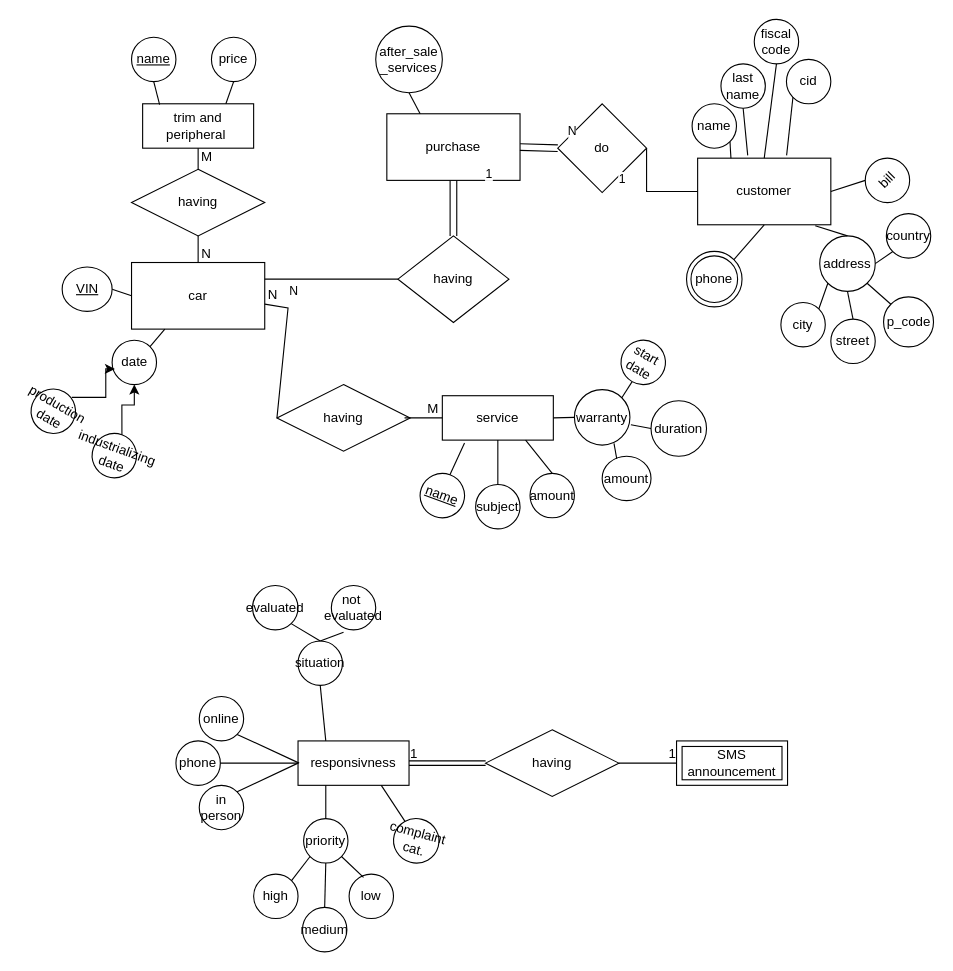
This is car_manufactoring_conceptual.drawio from mohsenshahii/database, a draw.io file, before an edit. Source tidied: cells renumbered, new cells numbered last; positions are measured from the earlier drawing's top-left corner, leaving out a move shared by most shapes. Both pictures are drawn from the tidied source at 111%, with x=0, y=0 at pixel (30, 19).
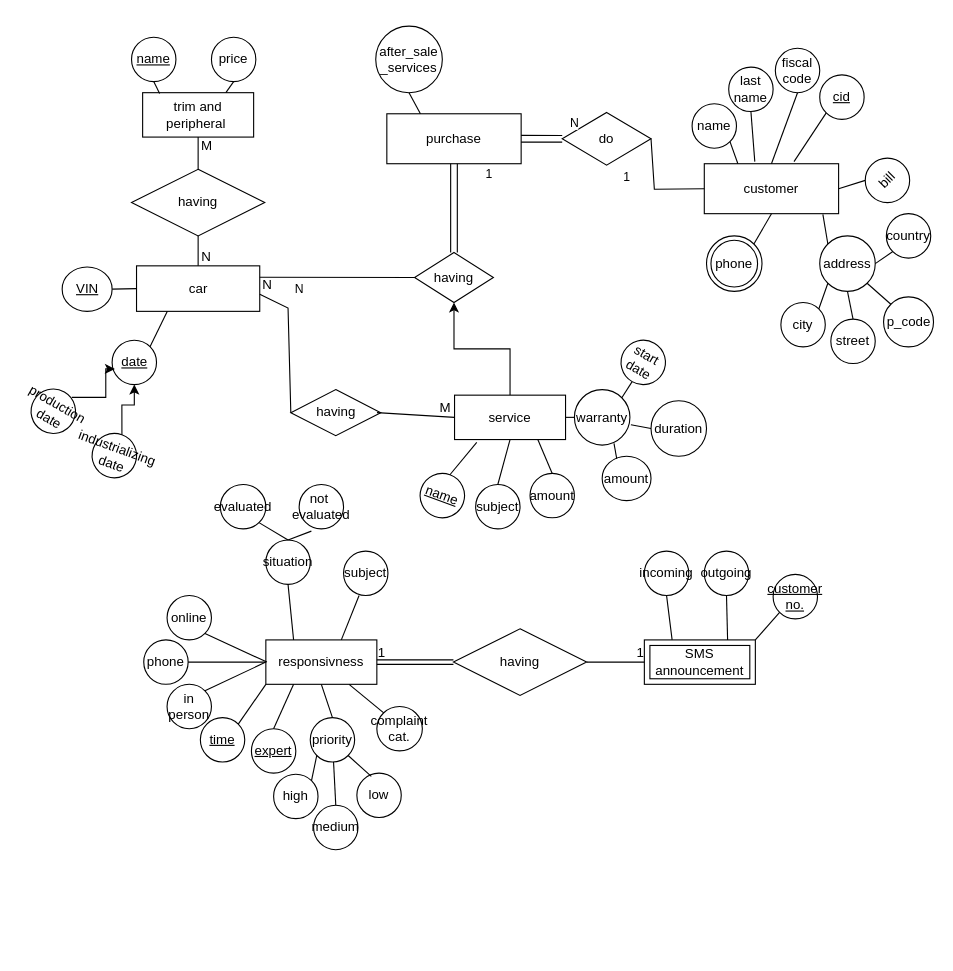
The same page after the edit.

The change refers to these unchanged cells:
```xml
<mxCell id="8" value="address" style="ellipse;whiteSpace=wrap;html=1;" parent="1" vertex="1">
  <mxGeometry x="711" y="195" width="50" height="50" as="geometry" />
</mxCell>
```

Change to the diagram source:
```diff
@@
     <mxCell id="2" value="customer" style="rounded=0.5;whiteSpace=wrap;html=1;" parent="1" vertex="1">
-      <mxGeometry x="601" y="125" width="120" height="60" as="geometry" />
+      <mxGeometry x="607" y="130" width="121" height="45" as="geometry" />
     </mxCell>
@@
     <mxCell id="4" value="last name" style="ellipse;whiteSpace=wrap;html=1;" parent="1" vertex="1">
-      <mxGeometry x="622" y="40" width="40" height="40" as="geometry" />
+      <mxGeometry x="629" y="43" width="40" height="40" as="geometry" />
     </mxCell>
     <mxCell id="5" value="fiscal code" style="ellipse;whiteSpace=wrap;html=1;" parent="1" vertex="1">
-      <mxGeometry x="652" width="40" height="40" as="geometry" />
+      <mxGeometry x="671" y="26" width="40" height="40" as="geometry" />
     </mxCell>
-    <mxCell id="6" value="cid" style="ellipse;whiteSpace=wrap;html=1;" parent="1" vertex="1">
-      <mxGeometry x="681" y="36" width="40" height="40" as="geometry" />
+    <mxCell id="6" value="cid" style="ellipse;whiteSpace=wrap;html=1;fontStyle=4;" parent="1" vertex="1">
+      <mxGeometry x="711" y="50" width="40" height="40" as="geometry" />
     </mxCell>
     <mxCell id="7" value="phone" style="ellipse;shape=doubleEllipse;whiteSpace=wrap;html=1;" parent="1" vertex="1">
-      <mxGeometry x="591" y="209" width="50" height="50" as="geometry" />
+      <mxGeometry x="609" y="195" width="50" height="50" as="geometry" />
     </mxCell>
@@
-    <mxCell id="20" style="endArrow=none;html=1;rounded=0;entryX=0.883;entryY=1.014;entryDx=0;entryDy=0;exitX=0.5;exitY=0;exitDx=0;exitDy=0;entryPerimeter=0;" parent="1" edge="1" source="8" target="2">
+    <mxCell id="20" style="endArrow=none;html=1;rounded=0;entryX=0.883;entryY=1.014;entryDx=0;entryDy=0;exitX=0;exitY=0;exitDx=0;exitDy=0;entryPerimeter=0;" parent="1" edge="1" source="8" target="2">
       <mxGeometry relative="1" as="geometry" />
     </mxCell>
@@
     <mxCell id="25" value="purchase" style="rounded=0;whiteSpace=wrap;html=1;" parent="1" vertex="1">
-      <mxGeometry x="321" y="85" width="120" height="60" as="geometry" />
+      <mxGeometry x="321" y="85" width="121" height="45" as="geometry" />
     </mxCell>
     <mxCell id="26" value="do" style="rhombus;whiteSpace=wrap;html=1;" parent="1" vertex="1">
-      <mxGeometry x="475" y="76" width="80" height="80" as="geometry" />
+      <mxGeometry x="479" y="83.8" width="80" height="47.5" as="geometry" />
     </mxCell>
@@
     <mxCell id="31" style="endArrow=0;html=1;rounded=0;exitX=0;exitY=0.5;exitDx=0;exitDy=0;entryX=1;entryY=0.5;entryDx=0;entryDy=0;" parent="1" edge="1" source="2" target="26">
       <mxGeometry relative="1" as="geometry">
         <Array as="points">
-          <mxPoint x="555" y="155" />
+          <mxPoint x="562" y="153" />
         </Array>
       </mxGeometry>
     </mxCell>
@@
     <mxCell id="33" value="car" style="rounded=0;whiteSpace=wrap;html=1;" parent="1" vertex="1">
-      <mxGeometry x="91" y="219" width="120" height="60" as="geometry" />
+      <mxGeometry x="95.5" y="222" width="111" height="41" as="geometry" />
     </mxCell>
     <mxCell id="34" value="having" style="rhombus;whiteSpace=wrap;html=1;rotation=0;" parent="1" vertex="1">
-      <mxGeometry x="331" y="195" width="100" height="78" as="geometry" />
+      <mxGeometry x="346" y="210" width="71" height="45" as="geometry" />
     </mxCell>
@@
-    <mxCell id="40" value="date" style="ellipse;whiteSpace=wrap;html=1;" parent="1" vertex="1">
+    <mxCell id="40" value="date" style="ellipse;whiteSpace=wrap;html=1;fontStyle=4;" parent="1" vertex="1">
       <mxGeometry x="73.5" y="289" width="40" height="40" as="geometry" />
     </mxCell>
@@
+    <mxCell id="106" style="edgeStyle=orthogonalEdgeStyle;rounded=0;jettySize=auto;html=1;" parent="1" edge="1" source="46" target="34">
+      <mxGeometry relative="1" as="geometry" />
+    </mxCell>
     <mxCell id="46" value="service" style="whiteSpace=wrap;html=1;align=center;" parent="1" vertex="1">
-      <mxGeometry x="371" y="339" width="100" height="40" as="geometry" />
+      <mxGeometry x="382" y="338.5" width="100" height="40" as="geometry" />
     </mxCell>
@@
     <mxCell id="48" value="having" style="shape=rhombus;perimeter=rhombusPerimeter;whiteSpace=wrap;html=1;align=center;rotation=0;" parent="1" vertex="1">
-      <mxGeometry x="222" y="329" width="120" height="60" as="geometry" />
+      <mxGeometry x="234.5" y="333.5" width="81" height="41.5" as="geometry" />
     </mxCell>
@@
     <mxCell id="68" value="trim and peripheral&amp;nbsp;" style="whiteSpace=wrap;html=1;align=center;" parent="1" vertex="1">
-      <mxGeometry x="101" y="76" width="100" height="40" as="geometry" />
+      <mxGeometry x="101" y="66" width="100" height="40" as="geometry" />
     </mxCell>
@@
     <mxCell id="77" value="responsivness" style="whiteSpace=wrap;html=1;align=center;" parent="1" vertex="1">
-      <mxGeometry x="241" y="650" width="100" height="40" as="geometry" />
+      <mxGeometry x="212" y="559" width="100" height="40" as="geometry" />
     </mxCell>
     <mxCell id="78" value="having" style="shape=rhombus;perimeter=rhombusPerimeter;whiteSpace=wrap;html=1;align=center;" parent="1" vertex="1">
-      <mxGeometry x="410" y="640" width="120" height="60" as="geometry" />
+      <mxGeometry x="381" y="549" width="120" height="60" as="geometry" />
     </mxCell>
     <mxCell id="79" value="SMS announcement" style="shape=ext;margin=3;double=1;whiteSpace=wrap;html=1;align=center;" parent="1" vertex="1">
-      <mxGeometry x="582" y="650" width="100" height="40" as="geometry" />
+      <mxGeometry x="553" y="559" width="100" height="40" as="geometry" />
     </mxCell>
@@
     <mxCell id="84" value="online" style="ellipse;whiteSpace=wrap;html=1;align=center;" parent="1" vertex="1">
-      <mxGeometry x="152" y="610" width="40" height="40" as="geometry" />
+      <mxGeometry x="123" y="519" width="40" height="40" as="geometry" />
     </mxCell>
     <mxCell id="85" value="phone" style="ellipse;whiteSpace=wrap;html=1;align=center;" parent="1" vertex="1">
-      <mxGeometry x="131" y="650" width="40" height="40" as="geometry" />
+      <mxGeometry x="102" y="559" width="40" height="40" as="geometry" />
     </mxCell>
     <mxCell id="86" value="in person" style="ellipse;whiteSpace=wrap;html=1;align=center;" parent="1" vertex="1">
-      <mxGeometry x="152" y="690" width="40" height="40" as="geometry" />
+      <mxGeometry x="123" y="599" width="40" height="40" as="geometry" />
     </mxCell>
     <mxCell id="87" style="endArrow=none;html=1;rounded=0;exitX=1;exitY=1;exitDx=0;exitDy=0;" parent="1" edge="1" source="84">
       <mxGeometry relative="1" as="geometry">
-        <mxPoint x="242" y="670" as="targetPoint" />
+        <mxPoint x="213" y="579" as="targetPoint" />
       </mxGeometry>
     </mxCell>
@@
     <mxCell id="90" value="priority" style="ellipse;whiteSpace=wrap;html=1;align=center;" parent="1" vertex="1">
-      <mxGeometry x="246" y="720" width="40" height="40" as="geometry" />
+      <mxGeometry x="252" y="629" width="40" height="40" as="geometry" />
     </mxCell>
-    <mxCell id="91" style="endArrow=none;html=1;rounded=0;entryX=0.5;entryY=0;entryDx=0;entryDy=0;exitX=0.25;exitY=1;exitDx=0;exitDy=0;" parent="1" edge="1" source="77" target="90">
+    <mxCell id="91" style="endArrow=none;html=1;rounded=0;entryX=0.5;entryY=0;entryDx=0;entryDy=0;exitX=0.5;exitY=1;exitDx=0;exitDy=0;" parent="1" edge="1" source="77" target="90">
       <mxGeometry relative="1" as="geometry" />
     </mxCell>
     <mxCell id="92" value="high" style="ellipse;whiteSpace=wrap;html=1;align=center;" parent="1" vertex="1">
-      <mxGeometry x="201" y="770" width="40" height="40" as="geometry" />
+      <mxGeometry x="219" y="680" width="40" height="40" as="geometry" />
     </mxCell>
     <mxCell id="93" value="medium" style="ellipse;whiteSpace=wrap;html=1;align=center;" parent="1" vertex="1">
-      <mxGeometry x="245" y="800" width="40" height="40" as="geometry" />
+      <mxGeometry x="255" y="708" width="40" height="40" as="geometry" />
     </mxCell>
     <mxCell id="94" value="low" style="ellipse;whiteSpace=wrap;html=1;align=center;" parent="1" vertex="1">
-      <mxGeometry x="287" y="770" width="40" height="40" as="geometry" />
+      <mxGeometry x="294" y="679" width="40" height="40" as="geometry" />
     </mxCell>
@@
-    <mxCell id="96" style="endArrow=none;html=1;rounded=0;exitX=0.5;exitY=1;exitDx=0;exitDy=0;entryX=0.5;entryY=0;entryDx=0;entryDy=0;" parent="1" edge="1" source="90" target="93">
+    <mxCell id="96" style="endArrow=none;html=1;rounded=0;exitX=0.525;exitY=1;exitDx=0;exitDy=0;entryX=0.5;entryY=0;entryDx=0;entryDy=0;exitPerimeter=0;" parent="1" edge="1" source="90" target="93">
       <mxGeometry relative="1" as="geometry" />
     </mxCell>
@@
     <mxCell id="98" value="situation" style="ellipse;whiteSpace=wrap;html=1;align=center;" parent="1" vertex="1">
-      <mxGeometry x="241" y="560" width="40" height="40" as="geometry" />
+      <mxGeometry x="212" y="469" width="40" height="40" as="geometry" />
     </mxCell>
@@
     <mxCell id="100" value="evaluated" style="ellipse;whiteSpace=wrap;html=1;align=center;" parent="1" vertex="1">
-      <mxGeometry x="200" y="510" width="41" height="40" as="geometry" />
+      <mxGeometry x="171" y="419" width="41" height="40" as="geometry" />
     </mxCell>
     <mxCell id="101" value="not&amp;nbsp;&lt;br&gt;evaluated" style="ellipse;whiteSpace=wrap;html=1;align=center;" parent="1" vertex="1">
-      <mxGeometry x="271" y="510" width="40" height="40" as="geometry" />
+      <mxGeometry x="242" y="419" width="40" height="40" as="geometry" />
     </mxCell>
@@
-    <mxCell id="104" value="complaint &lt;br&gt;cat." style="ellipse;whiteSpace=wrap;html=1;align=center;rotation=15;" parent="1" vertex="1">
-      <mxGeometry x="327" y="720" width="41" height="40" as="geometry" />
+    <mxCell id="104" value="complaint &lt;br&gt;cat." style="ellipse;whiteSpace=wrap;html=1;align=center;rotation=0;" parent="1" vertex="1">
+      <mxGeometry x="312" y="619" width="41" height="40" as="geometry" />
     </mxCell>
@@
+    <mxCell id="107" value="subject" style="ellipse;whiteSpace=wrap;html=1;align=center;" parent="1" vertex="1">
+      <mxGeometry x="282" y="479" width="40" height="40" as="geometry" />
+    </mxCell>
+    <mxCell id="108" style="endArrow=none;html=1;rounded=0;entryX=0.35;entryY=1;entryDx=0;entryDy=0;exitX=0.68;exitY=0;exitDx=0;exitDy=0;exitPerimeter=0;entryPerimeter=0;" parent="1" edge="1" source="77" target="107">
+      <mxGeometry relative="1" as="geometry" />
+    </mxCell>
+    <mxCell id="109" value="incoming" style="ellipse;whiteSpace=wrap;html=1;align=center;" parent="1" vertex="1">
+      <mxGeometry x="553" y="479" width="40" height="40" as="geometry" />
+    </mxCell>
+    <mxCell id="110" value="outgoing" style="ellipse;whiteSpace=wrap;html=1;align=center;" parent="1" vertex="1">
+      <mxGeometry x="607" y="479" width="40" height="40" as="geometry" />
+    </mxCell>
+    <mxCell id="111" value="customer no." style="ellipse;whiteSpace=wrap;html=1;align=center;fontStyle=4;" parent="1" vertex="1">
+      <mxGeometry x="669" y="500" width="40" height="40" as="geometry" />
+    </mxCell>
+    <mxCell id="112" style="endArrow=none;html=1;rounded=0;entryX=0.25;entryY=0;entryDx=0;entryDy=0;exitX=0.5;exitY=1;exitDx=0;exitDy=0;" parent="1" edge="1" source="109" target="79">
+      <mxGeometry relative="1" as="geometry" />
+    </mxCell>
+    <mxCell id="113" style="endArrow=none;html=1;rounded=0;entryX=0.75;entryY=0;entryDx=0;entryDy=0;exitX=0.5;exitY=1;exitDx=0;exitDy=0;" parent="1" edge="1" source="110" target="79">
+      <mxGeometry relative="1" as="geometry" />
+    </mxCell>
+    <mxCell id="114" style="endArrow=none;html=1;rounded=0;entryX=1;entryY=0;entryDx=0;entryDy=0;exitX=0;exitY=1;exitDx=0;exitDy=0;" parent="1" edge="1" source="111" target="79">
+      <mxGeometry relative="1" as="geometry" />
+    </mxCell>
+    <mxCell id="115" value="time" style="ellipse;whiteSpace=wrap;html=1;align=center;fontStyle=4;" parent="1" vertex="1">
+      <mxGeometry x="153" y="629" width="40" height="40" as="geometry" />
+    </mxCell>
+    <mxCell id="116" style="endArrow=none;html=1;rounded=0;entryX=0;entryY=1;entryDx=0;entryDy=0;exitX=1;exitY=0;exitDx=0;exitDy=0;" parent="1" edge="1" source="115" target="77">
+      <mxGeometry relative="1" as="geometry" />
+    </mxCell>
+    <mxCell id="117" value="expert" style="ellipse;whiteSpace=wrap;html=1;align=center;fontStyle=4;" parent="1" vertex="1">
+      <mxGeometry x="199" y="639" width="40" height="40" as="geometry" />
+    </mxCell>
+    <mxCell id="118" style="endArrow=none;html=1;rounded=0;entryX=0.25;entryY=1;entryDx=0;entryDy=0;exitX=0.5;exitY=0;exitDx=0;exitDy=0;" parent="1" edge="1" source="117" target="77">
+      <mxGeometry relative="1" as="geometry" />
+    </mxCell>
```
